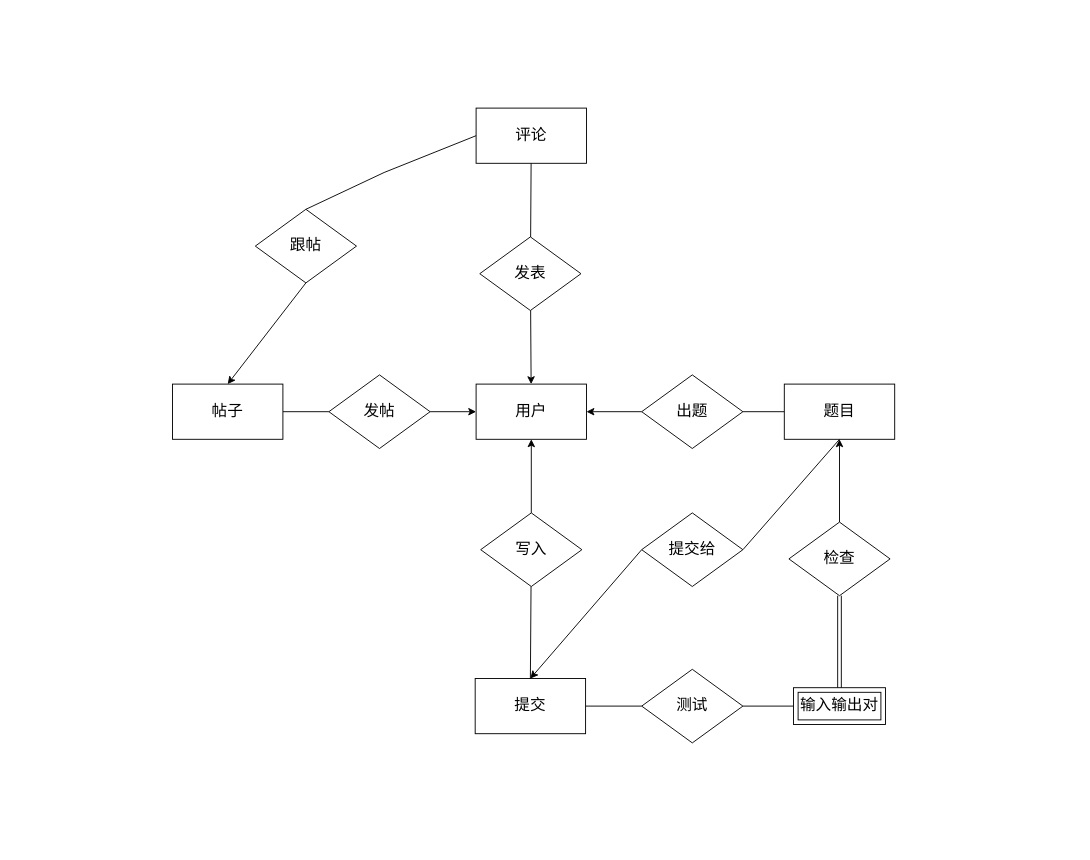
The draw.io diagram 01/ER Graph.drawio in LeoDreamer2004/DataBase-Practices, before the edit. Source tidied: cells renumbered, new cells numbered last; positions are measured from the earlier drawing's top-left corner, leaving out a move shared by most shapes. Both pictures are drawn from the tidied source at 92%, with x=0, y=0 at pixel (172, 108).
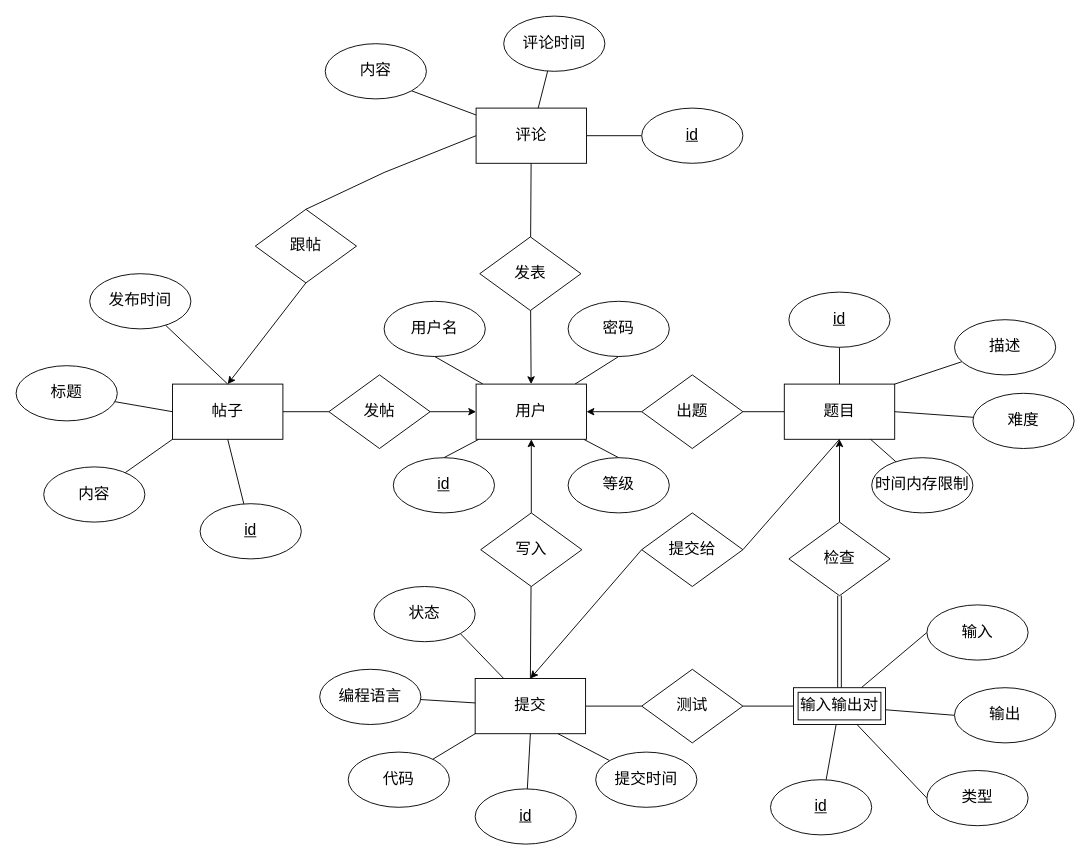
Above is the later version.

The change refers to these unchanged cells:
```xml
<mxCell id="4" value="用户" style="rounded=0;whiteSpace=wrap;html=1;fontSize=17;" parent="1" vertex="1">
  <mxGeometry x="330" y="300" width="120" height="60" as="geometry" />
</mxCell>
<mxCell id="6" value="题目" style="rounded=0;whiteSpace=wrap;html=1;fontSize=17;" parent="1" vertex="1">
  <mxGeometry x="665" y="300" width="120" height="60" as="geometry" />
</mxCell>
<mxCell id="8" value="提交" style="rounded=0;whiteSpace=wrap;html=1;fontSize=17;" parent="1" vertex="1">
  <mxGeometry x="329" y="620" width="120" height="60" as="geometry" />
</mxCell>
<mxCell id="10" value="帖子" style="rounded=0;whiteSpace=wrap;html=1;fontSize=17;" parent="1" vertex="1">
  <mxGeometry y="300" width="120" height="60" as="geometry" />
</mxCell>
<mxCell id="11" value="评论" style="rounded=0;whiteSpace=wrap;html=1;fontSize=17;" parent="1" vertex="1">
  <mxGeometry x="330" width="120" height="60" as="geometry" />
</mxCell>
<mxCell id="13" value="出题" style="rhombus;whiteSpace=wrap;html=1;fontSize=17;" parent="1" vertex="1">
  <mxGeometry x="510" y="290" width="110" height="80" as="geometry" />
</mxCell>
<mxCell id="15" value="写入" style="rhombus;whiteSpace=wrap;html=1;fontSize=17;" parent="1" vertex="1">
  <mxGeometry x="335" y="440" width="110" height="80" as="geometry" />
</mxCell>
<mxCell id="17" value="发帖" style="rhombus;whiteSpace=wrap;html=1;fontSize=17;" parent="1" vertex="1">
  <mxGeometry x="170" y="290" width="110" height="80" as="geometry" />
</mxCell>
<mxCell id="20" value="发表" style="rhombus;whiteSpace=wrap;html=1;fontSize=17;" parent="1" vertex="1">
  <mxGeometry x="334" y="140" width="110" height="80" as="geometry" />
</mxCell>
<mxCell id="22" value="提交给" style="rhombus;whiteSpace=wrap;html=1;fontSize=17;" parent="1" vertex="1">
  <mxGeometry x="510" y="440" width="110" height="80" as="geometry" />
</mxCell>
<mxCell id="24" value="输入输出对" style="shape=ext;margin=3;double=1;whiteSpace=wrap;html=1;align=center;fontSize=17;" parent="1" vertex="1">
  <mxGeometry x="675" y="630" width="100" height="40" as="geometry" />
</mxCell>
<mxCell id="26" value="检查" style="rhombus;whiteSpace=wrap;html=1;fontSize=17;" parent="1" vertex="1">
  <mxGeometry x="670" y="450" width="110" height="80" as="geometry" />
</mxCell>
<mxCell id="27" value="测试" style="rhombus;whiteSpace=wrap;html=1;fontSize=17;" parent="1" vertex="1">
  <mxGeometry x="510" y="610" width="110" height="80" as="geometry" />
</mxCell>
<mxCell id="30" value="跟帖" style="rhombus;whiteSpace=wrap;html=1;fontSize=17;" parent="1" vertex="1">
  <mxGeometry x="90" y="110" width="110" height="80" as="geometry" />
</mxCell>
```

Diff of the diagram source:
```diff
@@
-    <mxCell id="2" style="rounded=0;jettySize=auto;html=1;endArrow=none;endFill=0;entryX=0.5;entryY=0;entryDx=0;entryDy=0;startArrow=classic;startFill=1;" parent="1" edge="1" source="4" target="15">
+    <mxCell id="2" style="rounded=0;jettySize=auto;html=1;endArrow=none;endFill=0;entryX=0.5;entryY=0;entryDx=0;entryDy=0;startArrow=classic;startFill=1;fontSize=17;" parent="1" edge="1" source="4" target="15">
       <mxGeometry relative="1" as="geometry" />
     </mxCell>
-    <mxCell id="3" style="rounded=0;jettySize=auto;html=1;entryX=0;entryY=0.5;entryDx=0;entryDy=0;endArrow=none;endFill=0;startArrow=classic;startFill=1;exitX=0.5;exitY=0;exitDx=0;exitDy=0;" parent="1" edge="1" source="8" target="22">
+    <mxCell id="3" style="rounded=0;jettySize=auto;html=1;entryX=0;entryY=0.5;entryDx=0;entryDy=0;endArrow=none;endFill=0;startArrow=classic;startFill=1;exitX=0.5;exitY=0;exitDx=0;exitDy=0;fontSize=17;" parent="1" edge="1" source="8" target="22">
       <mxGeometry relative="1" as="geometry" />
     </mxCell>
+    <mxCell id="32" style="rounded=0;jettySize=auto;html=1;entryX=0.5;entryY=1;entryDx=0;entryDy=0;endArrow=none;endFill=0;" parent="1" edge="1" source="4" target="46">
+      <mxGeometry relative="1" as="geometry" />
+    </mxCell>
+    <mxCell id="33" style="rounded=0;jettySize=auto;html=1;entryX=0.5;entryY=0;entryDx=0;entryDy=0;endArrow=none;endFill=0;" parent="1" edge="1" source="4" target="48">
+      <mxGeometry relative="1" as="geometry" />
+    </mxCell>
+    <mxCell id="34" style="rounded=0;jettySize=auto;html=1;entryX=0.5;entryY=0;entryDx=0;entryDy=0;endArrow=none;endFill=0;" parent="1" edge="1" source="4" target="47">
+      <mxGeometry relative="1" as="geometry" />
+    </mxCell>
+    <mxCell id="35" style="rounded=0;jettySize=auto;html=1;entryX=0.5;entryY=1;entryDx=0;entryDy=0;endArrow=none;endFill=0;" parent="1" edge="1" source="4" target="45">
+      <mxGeometry relative="1" as="geometry" />
+    </mxCell>
@@
-    <mxCell id="5" style="rounded=0;jettySize=auto;html=1;endArrow=none;endFill=0;startArrow=classic;startFill=1;" parent="1" edge="1" source="6" target="26">
+    <mxCell id="5" style="rounded=0;jettySize=auto;html=1;endArrow=none;endFill=0;startArrow=classic;startFill=1;fontSize=17;" parent="1" edge="1" source="6" target="26">
       <mxGeometry relative="1" as="geometry" />
     </mxCell>
@@
-    <mxCell id="7" style="rounded=0;jettySize=auto;html=1;entryX=0;entryY=0.5;entryDx=0;entryDy=0;endArrow=none;endFill=0;" parent="1" edge="1" source="8" target="27">
+    <mxCell id="7" style="rounded=0;jettySize=auto;html=1;entryX=0;entryY=0.5;entryDx=0;entryDy=0;endArrow=none;endFill=0;fontSize=17;" parent="1" edge="1" source="8" target="27">
       <mxGeometry relative="1" as="geometry" />
     </mxCell>
+    <mxCell id="36" style="rounded=0;jettySize=auto;html=1;entryX=1;entryY=1;entryDx=0;entryDy=0;endArrow=none;endFill=0;" parent="1" edge="1" source="8" target="63">
+      <mxGeometry relative="1" as="geometry" />
+    </mxCell>
@@
-    <mxCell id="9" style="rounded=0;jettySize=auto;html=1;entryX=0;entryY=0.5;entryDx=0;entryDy=0;endArrow=none;endFill=0;" parent="1" edge="1" source="10" target="17">
+    <mxCell id="9" style="rounded=0;jettySize=auto;html=1;entryX=0;entryY=0.5;entryDx=0;entryDy=0;endArrow=none;endFill=0;fontSize=17;" parent="1" edge="1" source="10" target="17">
       <mxGeometry relative="1" as="geometry" />
     </mxCell>
@@
+    <mxCell id="37" style="rounded=0;jettySize=auto;html=1;entryX=1;entryY=1;entryDx=0;entryDy=0;endArrow=none;endFill=0;" parent="1" edge="1" source="11" target="79">
+      <mxGeometry relative="1" as="geometry" />
+    </mxCell>
+    <mxCell id="38" style="rounded=0;jettySize=auto;html=1;endArrow=none;endFill=0;" parent="1" edge="1" source="11" target="76">
+      <mxGeometry relative="1" as="geometry" />
+    </mxCell>
@@
-    <mxCell id="12" style="rounded=0;jettySize=auto;html=1;endArrow=none;endFill=0;" parent="1" edge="1" source="13" target="6">
+    <mxCell id="12" style="rounded=0;jettySize=auto;html=1;endArrow=none;endFill=0;fontSize=17;" parent="1" edge="1" source="13" target="6">
       <mxGeometry relative="1" as="geometry" />
     </mxCell>
@@
-    <mxCell id="14" style="rounded=0;jettySize=auto;html=1;entryX=0.5;entryY=0;entryDx=0;entryDy=0;endArrow=none;endFill=0;" parent="1" edge="1" source="15" target="8">
+    <mxCell id="14" style="rounded=0;jettySize=auto;html=1;entryX=0.5;entryY=0;entryDx=0;entryDy=0;endArrow=none;endFill=0;fontSize=17;" parent="1" edge="1" source="15" target="8">
       <mxGeometry relative="1" as="geometry" />
     </mxCell>
@@
-    <mxCell id="16" style="rounded=0;jettySize=auto;html=1;entryX=0;entryY=0.5;entryDx=0;entryDy=0;endArrow=classic;endFill=1;" parent="1" edge="1" source="17" target="4">
+    <mxCell id="16" style="rounded=0;jettySize=auto;html=1;entryX=0;entryY=0.5;entryDx=0;entryDy=0;endArrow=classic;endFill=1;fontSize=17;" parent="1" edge="1" source="17" target="4">
       <mxGeometry relative="1" as="geometry" />
     </mxCell>
@@
-    <mxCell id="18" style="rounded=0;jettySize=auto;html=1;endArrow=classic;endFill=1;startArrow=none;startFill=0;" parent="1" edge="1" source="20" target="4">
+    <mxCell id="18" style="rounded=0;jettySize=auto;html=1;endArrow=classic;endFill=1;startArrow=none;startFill=0;fontSize=17;" parent="1" edge="1" source="20" target="4">
       <mxGeometry relative="1" as="geometry" />
     </mxCell>
-    <mxCell id="19" style="rounded=0;jettySize=auto;html=1;endArrow=none;endFill=0;" parent="1" edge="1" source="20" target="11">
+    <mxCell id="19" style="rounded=0;jettySize=auto;html=1;endArrow=none;endFill=0;fontSize=17;" parent="1" edge="1" source="20" target="11">
       <mxGeometry relative="1" as="geometry" />
     </mxCell>
@@
-    <mxCell id="21" style="rounded=0;jettySize=auto;html=1;entryX=0.5;entryY=1;entryDx=0;entryDy=0;startArrow=none;startFill=0;endArrow=none;endFill=0;exitX=1;exitY=0.5;exitDx=0;exitDy=0;" parent="1" edge="1" source="22" target="6">
+    <mxCell id="21" style="rounded=0;jettySize=auto;html=1;entryX=0.5;entryY=1;entryDx=0;entryDy=0;startArrow=none;startFill=0;endArrow=none;endFill=0;exitX=1;exitY=0.5;exitDx=0;exitDy=0;fontSize=17;" parent="1" edge="1" source="22" target="6">
       <mxGeometry relative="1" as="geometry" />
     </mxCell>
@@
-    <mxCell id="23" style="rounded=0;jettySize=auto;html=1;entryX=1;entryY=0.5;entryDx=0;entryDy=0;endArrow=none;endFill=0;" parent="1" edge="1" source="24" target="27">
+    <mxCell id="23" style="rounded=0;jettySize=auto;html=1;entryX=1;entryY=0.5;entryDx=0;entryDy=0;endArrow=none;endFill=0;fontSize=17;" parent="1" edge="1" source="24" target="27">
       <mxGeometry relative="1" as="geometry" />
     </mxCell>
+    <mxCell id="39" style="rounded=0;jettySize=auto;html=1;endArrow=none;endFill=0;" parent="1" edge="1" source="24" target="70">
+      <mxGeometry relative="1" as="geometry" />
+    </mxCell>
+    <mxCell id="40" style="rounded=0;jettySize=auto;html=1;entryX=0;entryY=0.5;entryDx=0;entryDy=0;endArrow=none;endFill=0;" parent="1" edge="1" source="24" target="72">
+      <mxGeometry relative="1" as="geometry" />
+    </mxCell>
+    <mxCell id="41" style="rounded=0;jettySize=auto;html=1;entryX=0;entryY=0.5;entryDx=0;entryDy=0;endArrow=none;endFill=0;" parent="1" edge="1" source="24" target="71">
+      <mxGeometry relative="1" as="geometry" />
+    </mxCell>
+    <mxCell id="42" style="rounded=0;jettySize=auto;html=1;entryX=0;entryY=0.5;entryDx=0;entryDy=0;endArrow=none;endFill=0;" parent="1" edge="1" source="24" target="73">
+      <mxGeometry relative="1" as="geometry" />
+    </mxCell>
@@
-    <mxCell id="25" style="rounded=0;jettySize=auto;html=1;entryX=0.5;entryY=0;entryDx=0;entryDy=0;endArrow=none;endFill=0;shape=link;" parent="1" edge="1" source="26" target="24">
+    <mxCell id="25" style="rounded=0;jettySize=auto;html=1;entryX=0.5;entryY=0;entryDx=0;entryDy=0;endArrow=none;endFill=0;shape=link;fontSize=17;" parent="1" edge="1" source="26" target="24">
       <mxGeometry relative="1" as="geometry" />
     </mxCell>
@@
-    <mxCell id="28" style="rounded=0;jettySize=auto;html=1;entryX=0.5;entryY=0;entryDx=0;entryDy=0;endArrow=classic;endFill=1;exitX=0.5;exitY=1;exitDx=0;exitDy=0;startArrow=none;startFill=0;" parent="1" edge="1" source="30" target="10">
+    <mxCell id="28" style="rounded=0;jettySize=auto;html=1;entryX=0.5;entryY=0;entryDx=0;entryDy=0;endArrow=classic;endFill=1;exitX=0.5;exitY=1;exitDx=0;exitDy=0;startArrow=none;startFill=0;fontSize=17;" parent="1" edge="1" source="30" target="10">
       <mxGeometry relative="1" as="geometry" />
     </mxCell>
-    <mxCell id="29" style="rounded=0;jettySize=auto;html=1;entryX=0;entryY=0.5;entryDx=0;entryDy=0;endArrow=none;endFill=0;exitX=0.5;exitY=0;exitDx=0;exitDy=0;startArrow=none;startFill=0;" parent="1" edge="1" source="30" target="11">
+    <mxCell id="29" style="rounded=0;jettySize=auto;html=1;entryX=0;entryY=0.5;entryDx=0;entryDy=0;endArrow=none;endFill=0;exitX=0.5;exitY=0;exitDx=0;exitDy=0;startArrow=none;startFill=0;fontSize=17;" parent="1" edge="1" source="30" target="11">
       <mxGeometry relative="1" as="geometry">
         <Array as="points">
           <mxPoint x="230" y="70" />
         </Array>
       </mxGeometry>
     </mxCell>
@@
-    <mxCell id="31" style="rounded=0;jettySize=auto;html=1;endArrow=none;endFill=0;entryX=0;entryY=0.5;entryDx=0;entryDy=0;exitX=1;exitY=0.5;exitDx=0;exitDy=0;startArrow=classic;startFill=1;" parent="1" edge="1" source="4" target="13">
+    <mxCell id="31" style="rounded=0;jettySize=auto;html=1;endArrow=none;endFill=0;entryX=0;entryY=0.5;entryDx=0;entryDy=0;exitX=1;exitY=0.5;exitDx=0;exitDy=0;startArrow=classic;startFill=1;fontSize=17;" parent="1" edge="1" source="4" target="13">
       <mxGeometry relative="1" as="geometry" />
     </mxCell>
+    <mxCell id="43" style="rounded=0;jettySize=auto;html=1;entryX=0.5;entryY=1;entryDx=0;entryDy=0;endArrow=none;endFill=0;" parent="1" edge="1" source="44" target="10">
+      <mxGeometry relative="1" as="geometry" />
+    </mxCell>
+    <mxCell id="44" value="id" style="ellipse;whiteSpace=wrap;html=1;fontSize=17;fontStyle=4;" parent="1" vertex="1">
+      <mxGeometry x="30" y="430" width="110" height="60" as="geometry" />
+    </mxCell>
+    <mxCell id="45" value="密码" style="ellipse;whiteSpace=wrap;html=1;fontSize=17;" parent="1" vertex="1">
+      <mxGeometry x="430" y="210" width="110" height="60" as="geometry" />
+    </mxCell>
+    <mxCell id="46" value="用户名" style="ellipse;whiteSpace=wrap;html=1;fontSize=17;" parent="1" vertex="1">
+      <mxGeometry x="230" y="210" width="110" height="60" as="geometry" />
+    </mxCell>
+    <mxCell id="47" value="等级" style="ellipse;whiteSpace=wrap;html=1;fontSize=17;" parent="1" vertex="1">
+      <mxGeometry x="430" y="380" width="110" height="60" as="geometry" />
+    </mxCell>
+    <mxCell id="48" value="id" style="ellipse;whiteSpace=wrap;html=1;fontSize=17;fontStyle=4;" parent="1" vertex="1">
+      <mxGeometry x="240" y="380" width="110" height="60" as="geometry" />
+    </mxCell>
+    <mxCell id="49" style="rounded=0;jettySize=auto;html=1;entryX=0.5;entryY=1;entryDx=0;entryDy=0;endArrow=none;endFill=0;" parent="1" edge="1" source="50" target="8">
+      <mxGeometry relative="1" as="geometry" />
+    </mxCell>
+    <mxCell id="50" value="id" style="ellipse;whiteSpace=wrap;html=1;fontSize=17;fontStyle=4;" parent="1" vertex="1">
+      <mxGeometry x="329" y="740" width="110" height="60" as="geometry" />
+    </mxCell>
+    <mxCell id="51" style="rounded=0;jettySize=auto;html=1;entryX=0.75;entryY=1;entryDx=0;entryDy=0;endArrow=none;endFill=0;" parent="1" edge="1" source="52" target="8">
+      <mxGeometry relative="1" as="geometry" />
+    </mxCell>
+    <mxCell id="52" value="提交时间" style="ellipse;whiteSpace=wrap;html=1;fontSize=17;" parent="1" vertex="1">
+      <mxGeometry x="460" y="700" width="110" height="60" as="geometry" />
+    </mxCell>
+    <mxCell id="53" style="rounded=0;jettySize=auto;html=1;entryX=1;entryY=0;entryDx=0;entryDy=0;endArrow=none;endFill=0;" parent="1" edge="1" source="54" target="6">
+      <mxGeometry relative="1" as="geometry" />
+    </mxCell>
+    <mxCell id="54" value="描述" style="ellipse;whiteSpace=wrap;html=1;fontSize=17;" parent="1" vertex="1">
+      <mxGeometry x="850" y="230" width="110" height="60" as="geometry" />
+    </mxCell>
+    <mxCell id="55" style="rounded=0;jettySize=auto;html=1;entryX=1;entryY=0.5;entryDx=0;entryDy=0;endArrow=none;endFill=0;" parent="1" edge="1" source="56" target="6">
+      <mxGeometry relative="1" as="geometry" />
+    </mxCell>
+    <mxCell id="56" value="难度" style="ellipse;whiteSpace=wrap;html=1;fontSize=17;" parent="1" vertex="1">
+      <mxGeometry x="870" y="310" width="110" height="60" as="geometry" />
+    </mxCell>
+    <mxCell id="57" style="rounded=0;jettySize=auto;html=1;endArrow=none;endFill=0;" parent="1" edge="1" source="58" target="6">
+      <mxGeometry relative="1" as="geometry" />
+    </mxCell>
+    <mxCell id="58" value="时间内存限制" style="ellipse;whiteSpace=wrap;html=1;fontSize=17;" parent="1" vertex="1">
+      <mxGeometry x="760" y="380" width="110" height="60" as="geometry" />
+    </mxCell>
+    <mxCell id="59" style="rounded=0;jettySize=auto;html=1;endArrow=none;endFill=0;" parent="1" edge="1" source="60" target="8">
+      <mxGeometry relative="1" as="geometry" />
+    </mxCell>
+    <mxCell id="60" value="编程语言" style="ellipse;whiteSpace=wrap;html=1;fontSize=17;" parent="1" vertex="1">
+      <mxGeometry x="160" y="610" width="110" height="60" as="geometry" />
+    </mxCell>
+    <mxCell id="61" style="rounded=0;jettySize=auto;html=1;entryX=0;entryY=1;entryDx=0;entryDy=0;endArrow=none;endFill=0;" parent="1" edge="1" source="62" target="8">
+      <mxGeometry relative="1" as="geometry" />
+    </mxCell>
+    <mxCell id="62" value="代码" style="ellipse;whiteSpace=wrap;html=1;fontSize=17;" parent="1" vertex="1">
+      <mxGeometry x="191" y="700" width="110" height="60" as="geometry" />
+    </mxCell>
+    <mxCell id="63" value="状态" style="ellipse;whiteSpace=wrap;html=1;fontSize=17;" parent="1" vertex="1">
+      <mxGeometry x="219" y="520" width="110" height="60" as="geometry" />
+    </mxCell>
+    <mxCell id="64" style="rounded=0;jettySize=auto;html=1;entryX=0;entryY=0.5;entryDx=0;entryDy=0;endArrow=none;endFill=0;" parent="1" edge="1" source="65" target="10">
+      <mxGeometry relative="1" as="geometry" />
+    </mxCell>
+    <mxCell id="65" value="标题" style="ellipse;whiteSpace=wrap;html=1;fontSize=17;" parent="1" vertex="1">
+      <mxGeometry x="-170" y="280" width="110" height="60" as="geometry" />
+    </mxCell>
+    <mxCell id="66" style="rounded=0;jettySize=auto;html=1;entryX=0.5;entryY=0;entryDx=0;entryDy=0;endArrow=none;endFill=0;" parent="1" edge="1" source="67" target="10">
+      <mxGeometry relative="1" as="geometry" />
+    </mxCell>
+    <mxCell id="67" value="发布时间" style="ellipse;whiteSpace=wrap;html=1;fontSize=17;" parent="1" vertex="1">
+      <mxGeometry x="-90" y="180" width="110" height="60" as="geometry" />
+    </mxCell>
+    <mxCell id="68" style="rounded=0;jettySize=auto;html=1;entryX=0;entryY=1;entryDx=0;entryDy=0;endArrow=none;endFill=0;" parent="1" edge="1" source="69" target="10">
+      <mxGeometry relative="1" as="geometry" />
+    </mxCell>
+    <mxCell id="69" value="内容" style="ellipse;whiteSpace=wrap;html=1;fontSize=17;" parent="1" vertex="1">
+      <mxGeometry x="-140" y="390" width="110" height="60" as="geometry" />
+    </mxCell>
+    <mxCell id="70" value="id" style="ellipse;whiteSpace=wrap;html=1;fontSize=17;fontStyle=4;" parent="1" vertex="1">
+      <mxGeometry x="650" y="730" width="110" height="60" as="geometry" />
+    </mxCell>
+    <mxCell id="71" value="输出" style="ellipse;whiteSpace=wrap;html=1;fontSize=17;" parent="1" vertex="1">
+      <mxGeometry x="850" y="630" width="110" height="60" as="geometry" />
+    </mxCell>
+    <mxCell id="72" value="类型" style="ellipse;whiteSpace=wrap;html=1;fontSize=17;" parent="1" vertex="1">
+      <mxGeometry x="820" y="720" width="110" height="60" as="geometry" />
+    </mxCell>
+    <mxCell id="73" value="输入" style="ellipse;whiteSpace=wrap;html=1;fontSize=17;" parent="1" vertex="1">
+      <mxGeometry x="820" y="540" width="110" height="60" as="geometry" />
+    </mxCell>
+    <mxCell id="74" style="rounded=0;jettySize=auto;html=1;endArrow=none;endFill=0;" parent="1" edge="1" source="75" target="6">
+      <mxGeometry relative="1" as="geometry" />
+    </mxCell>
+    <mxCell id="75" value="id" style="ellipse;whiteSpace=wrap;html=1;fontSize=17;fontStyle=4;" parent="1" vertex="1">
+      <mxGeometry x="670" y="200" width="110" height="60" as="geometry" />
+    </mxCell>
+    <mxCell id="76" value="id" style="ellipse;whiteSpace=wrap;html=1;fontSize=17;fontStyle=4;" parent="1" vertex="1">
+      <mxGeometry x="510" width="110" height="60" as="geometry" />
+    </mxCell>
+    <mxCell id="77" style="rounded=0;jettySize=auto;html=1;endArrow=none;endFill=0;" parent="1" edge="1" source="78" target="11">
+      <mxGeometry relative="1" as="geometry" />
+    </mxCell>
+    <mxCell id="78" value="评论时间" style="ellipse;whiteSpace=wrap;html=1;fontSize=17;" parent="1" vertex="1">
+      <mxGeometry x="360" y="-100" width="110" height="60" as="geometry" />
+    </mxCell>
+    <mxCell id="79" value="内容" style="ellipse;whiteSpace=wrap;html=1;fontSize=17;" parent="1" vertex="1">
+      <mxGeometry x="166" y="-70" width="110" height="60" as="geometry" />
+    </mxCell>
```
